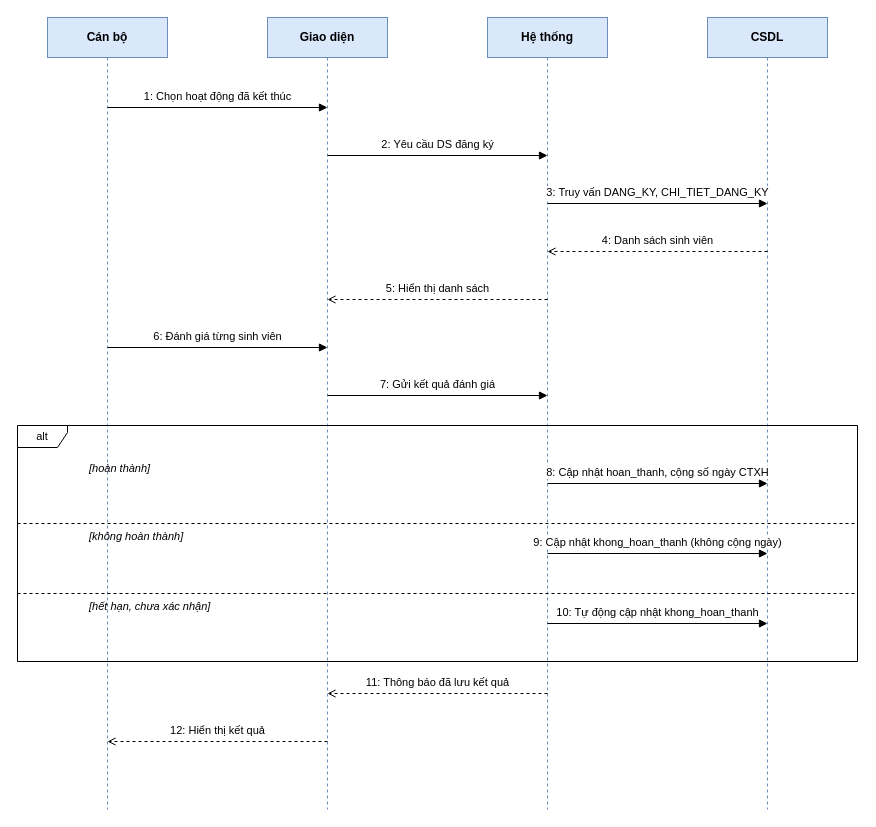
Before: sododraw.io/SD3_danh_gia_ket_qua.drawio in PhamPasPhuoc/BaoCao_ThucTapNgheNghiep, a draw.io diagram. Source tidied: cells renumbered, new cells numbered last; positions are measured from the earlier drawing's top-left corner, leaving out a move shared by most shapes. Both pictures are drawn from the tidied source at 100%, with x=0, y=0 at pixel (17, 17).
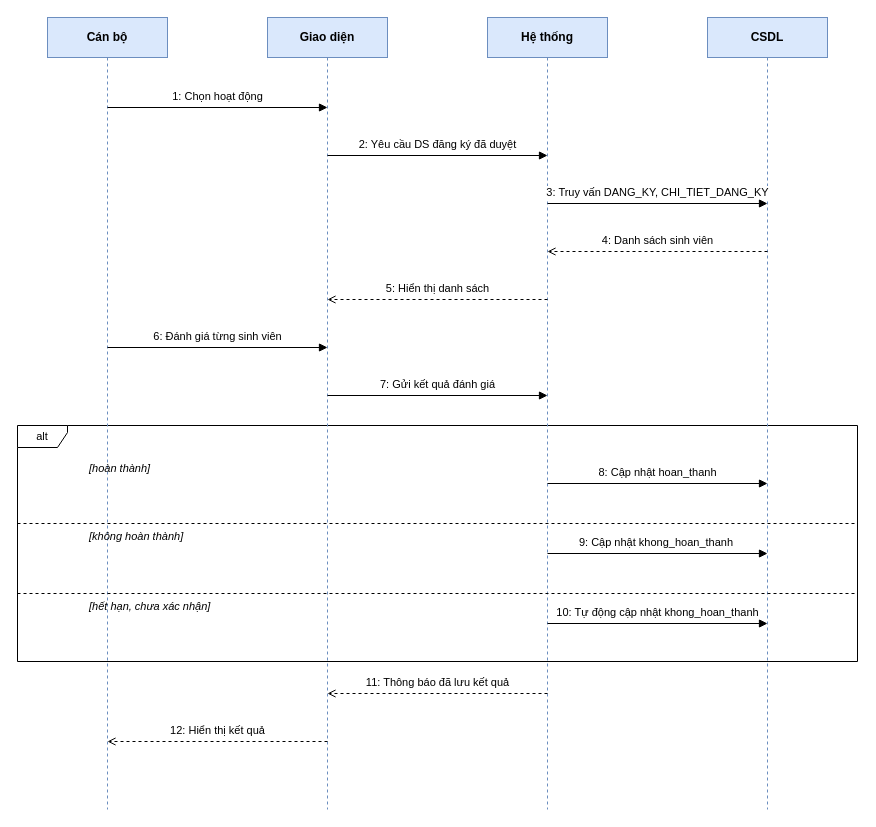
The same diagram, later.

Change to the diagram source:
```diff
@@
+    <mxCell id="21" value="alt" style="shape=umlFrame;whiteSpace=wrap;html=1;width=50;height=22;fontSize=11;fillColor=none;" parent="1" vertex="1">
+      <mxGeometry y="408" width="840" height="236" as="geometry" />
+    </mxCell>
@@
-    <mxCell id="6" value="1: Chọn hoạt động đã kết thúc" style="html=1;endArrow=block;fontSize=11;verticalAlign=bottom;spacingBottom=2;labelBackgroundColor=default;" parent="1" edge="1">
+    <mxCell id="6" value="1: Chọn hoạt động" style="html=1;endArrow=block;fontSize=11;verticalAlign=bottom;spacingBottom=2;labelBackgroundColor=default;" parent="1" edge="1">
       <mxGeometry relative="1" as="geometry">
         <mxPoint x="90" y="90" as="sourcePoint" />
         <mxPoint x="310" y="90" as="targetPoint" />
       </mxGeometry>
     </mxCell>
-    <mxCell id="7" value="2: Yêu cầu DS đăng ký" style="html=1;endArrow=block;fontSize=11;verticalAlign=bottom;spacingBottom=2;labelBackgroundColor=default;" parent="1" edge="1">
+    <mxCell id="7" value="2: Yêu cầu DS đăng ký đã duyệt" style="html=1;endArrow=block;fontSize=11;verticalAlign=bottom;spacingBottom=2;labelBackgroundColor=default;" parent="1" edge="1">
       <mxGeometry relative="1" as="geometry">
         <mxPoint x="310" y="138" as="sourcePoint" />
         <mxPoint x="530" y="138" as="targetPoint" />
       </mxGeometry>
     </mxCell>
@@
-    <mxCell id="14" value="8: Cập nhật hoan_thanh, cộng số ngày CTXH" style="html=1;endArrow=block;fontSize=11;verticalAlign=bottom;spacingBottom=2;labelBackgroundColor=default;" parent="1" edge="1">
+    <mxCell id="14" value="8: Cập nhật hoan_thanh" style="html=1;endArrow=block;fontSize=11;verticalAlign=bottom;spacingBottom=2;labelBackgroundColor=default;" parent="1" edge="1">
       <mxGeometry relative="1" as="geometry">
         <mxPoint x="530" y="466" as="sourcePoint" />
         <mxPoint x="750" y="466" as="targetPoint" />
       </mxGeometry>
     </mxCell>
@@
-    <mxCell id="17" value="9: Cập nhật khong_hoan_thanh (không cộng ngày)" style="html=1;endArrow=block;fontSize=11;verticalAlign=bottom;spacingBottom=2;labelBackgroundColor=default;" parent="1" edge="1">
+    <mxCell id="17" value="9: Cập nhật khong_hoan_thanh&amp;nbsp;" style="html=1;endArrow=block;fontSize=11;verticalAlign=bottom;spacingBottom=2;labelBackgroundColor=default;" parent="1" edge="1">
       <mxGeometry relative="1" as="geometry">
         <mxPoint x="530" y="536" as="sourcePoint" />
         <mxPoint x="750" y="536" as="targetPoint" />
       </mxGeometry>
     </mxCell>
@@
-    <mxCell id="21" value="alt" style="shape=umlFrame;whiteSpace=wrap;html=1;width=50;height=22;fontSize=11;fillColor=none;" parent="1" vertex="1">
-      <mxGeometry y="408" width="840" height="236" as="geometry" />
-    </mxCell>
```
